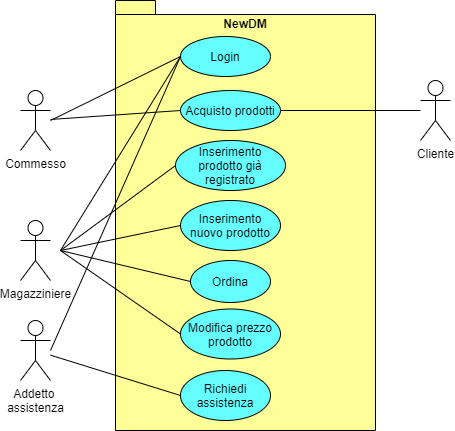
Before: useCase/UC_diagram.png, a diagram exported from draw.io (Ciro-Fusco/NewDM). Source tidied: cells renumbered, new cells last; positions are measured from the earlier drawing's top-left corner, leaving out a move shared by most shapes. The source it was exported from:
```xml
<mxGraphModel>
  <root>
    <mxCell id="0" />
    <mxCell id="1" parent="0" />
    <mxCell id="2" value="Magazziniere" style="shape=umlActor;verticalLabelPosition=bottom;verticalAlign=top;html=1;" parent="1" vertex="1">
      <mxGeometry y="220" width="30" height="60" as="geometry" />
    </mxCell>
    <mxCell id="3" value="Commesso" style="shape=umlActor;verticalLabelPosition=bottom;verticalAlign=top;html=1;" parent="1" vertex="1">
      <mxGeometry y="90" width="30" height="60" as="geometry" />
    </mxCell>
    <mxCell id="4" value="Addetto &lt;br&gt;assistenza" style="shape=umlActor;verticalLabelPosition=bottom;verticalAlign=top;html=1;" parent="1" vertex="1">
      <mxGeometry y="320" width="30" height="60" as="geometry" />
    </mxCell>
    <mxCell id="5" style="shape=folder;fontStyle=1;spacingTop=10;tabWidth=40;tabHeight=14;tabPosition=left;html=1;fillColor=#FFFF99;" parent="1" vertex="1">
      <mxGeometry x="95" width="260" height="430" as="geometry" />
    </mxCell>
    <mxCell id="6" value="NewDM" style="text;align=center;fontStyle=1;verticalAlign=middle;spacingLeft=3;spacingRight=3;strokeColor=none;" parent="1" vertex="1">
      <mxGeometry x="185" y="10" width="80" height="26" as="geometry" />
    </mxCell>
    <mxCell id="7" value="Acquisto prodotti" style="ellipse;whiteSpace=wrap;html=1;fillColor=#66FFFF;" parent="1" vertex="1">
      <mxGeometry x="160" y="90" width="100" height="40" as="geometry" />
    </mxCell>
    <mxCell id="8" style="endArrow=none;html=1;entryX=0;entryY=0.5;entryDx=0;entryDy=0;" parent="1" edge="1" source="3" target="7">
      <mxGeometry relative="1" as="geometry" />
    </mxCell>
    <mxCell id="9" value="Richiedi assistenza" style="ellipse;whiteSpace=wrap;html=1;fillColor=#66FFFF;" parent="1" vertex="1">
      <mxGeometry x="160" y="370" width="90" height="50" as="geometry" />
    </mxCell>
    <mxCell id="10" value="Inserimento prodotto già registrato" style="ellipse;whiteSpace=wrap;html=1;fillColor=#66FFFF;" parent="1" vertex="1">
      <mxGeometry x="155" y="140" width="110" height="50" as="geometry" />
    </mxCell>
    <mxCell id="11" value="Inserimento nuovo prodotto" style="ellipse;whiteSpace=wrap;html=1;fillColor=#66FFFF;" parent="1" vertex="1">
      <mxGeometry x="160" y="200" width="100" height="50" as="geometry" />
    </mxCell>
    <mxCell id="12" value="Modifica prezzo prodotto" style="ellipse;whiteSpace=wrap;html=1;fillColor=#66FFFF;" parent="1" vertex="1">
      <mxGeometry x="160" y="308.5" width="100" height="50" as="geometry" />
    </mxCell>
    <mxCell id="13" value="Ordina" style="ellipse;whiteSpace=wrap;html=1;fillColor=#66FFFF;" parent="1" vertex="1">
      <mxGeometry x="170" y="260" width="80" height="42" as="geometry" />
    </mxCell>
    <mxCell id="14" style="endArrow=none;html=1;entryX=0;entryY=0.5;entryDx=0;entryDy=0;" parent="1" edge="1" target="10">
      <mxGeometry relative="1" as="geometry">
        <mxPoint x="40" y="250" as="sourcePoint" />
      </mxGeometry>
    </mxCell>
    <mxCell id="15" style="endArrow=none;html=1;entryX=0;entryY=0.5;entryDx=0;entryDy=0;" parent="1" edge="1" target="11">
      <mxGeometry relative="1" as="geometry">
        <mxPoint x="40" y="250" as="sourcePoint" />
      </mxGeometry>
    </mxCell>
    <mxCell id="16" style="endArrow=none;html=1;entryX=0;entryY=0.5;entryDx=0;entryDy=0;" parent="1" edge="1" target="13">
      <mxGeometry relative="1" as="geometry">
        <mxPoint x="40" y="250" as="sourcePoint" />
      </mxGeometry>
    </mxCell>
    <mxCell id="17" style="endArrow=none;html=1;entryX=0;entryY=0.5;entryDx=0;entryDy=0;" parent="1" edge="1" target="12">
      <mxGeometry relative="1" as="geometry">
        <mxPoint x="40" y="250" as="sourcePoint" />
      </mxGeometry>
    </mxCell>
    <mxCell id="18" style="endArrow=none;html=1;entryX=0;entryY=0.5;entryDx=0;entryDy=0;" parent="1" edge="1" source="4" target="9">
      <mxGeometry relative="1" as="geometry" />
    </mxCell>
    <mxCell id="19" value="Login" style="ellipse;whiteSpace=wrap;html=1;fillColor=#66FFFF;" parent="1" vertex="1">
      <mxGeometry x="160" y="36" width="90" height="40" as="geometry" />
    </mxCell>
    <mxCell id="20" style="endArrow=none;html=1;entryX=0;entryY=0.5;entryDx=0;entryDy=0;" parent="1" edge="1" target="19">
      <mxGeometry relative="1" as="geometry">
        <mxPoint x="30" y="120" as="sourcePoint" />
      </mxGeometry>
    </mxCell>
    <mxCell id="21" style="endArrow=none;html=1;entryX=0;entryY=0.5;entryDx=0;entryDy=0;" parent="1" edge="1" target="19">
      <mxGeometry relative="1" as="geometry">
        <mxPoint x="40" y="250" as="sourcePoint" />
      </mxGeometry>
    </mxCell>
    <mxCell id="22" style="endArrow=none;html=1;entryX=0;entryY=0.5;entryDx=0;entryDy=0;" parent="1" edge="1" target="19">
      <mxGeometry relative="1" as="geometry">
        <mxPoint x="30" y="350" as="sourcePoint" />
      </mxGeometry>
    </mxCell>
    <mxCell id="23" value="Cliente" style="shape=umlActor;verticalLabelPosition=bottom;verticalAlign=top;html=1;outlineConnect=0;" parent="1" vertex="1">
      <mxGeometry x="400" y="80" width="30" height="60" as="geometry" />
    </mxCell>
    <mxCell id="24" style="endArrow=none;html=1;exitX=1;exitY=0.5;exitDx=0;exitDy=0;" parent="1" edge="1" source="7" target="23">
      <mxGeometry relative="1" as="geometry" />
    </mxCell>
  </root>
</mxGraphModel>
```
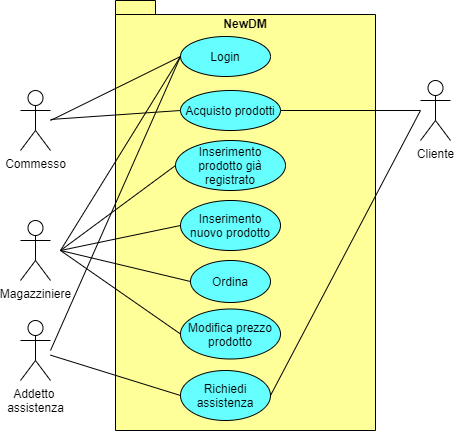
Later version of the same file.

Diff of the diagram source:
```diff
@@ -85,5 +85,10 @@
     <mxCell id="24" style="endArrow=none;html=1;exitX=1;exitY=0.5;exitDx=0;exitDy=0;" parent="1" edge="1" source="7" target="23">
       <mxGeometry relative="1" as="geometry" />
     </mxCell>
+    <mxCell id="25" style="endArrow=none;html=1;exitX=1;exitY=0.5;exitDx=0;exitDy=0;" parent="1" edge="1" source="9">
+      <mxGeometry relative="1" as="geometry">
+        <mxPoint x="400" y="110" as="targetPoint" />
+      </mxGeometry>
+    </mxCell>
   </root>
 </mxGraphModel>
```
